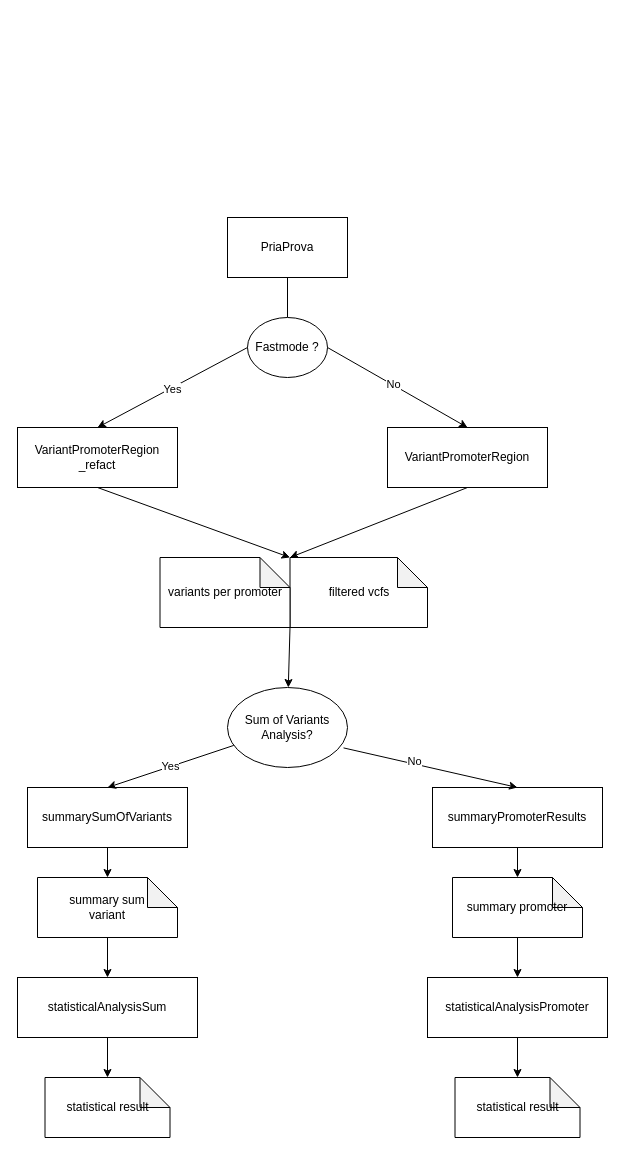
MartinKahabka/ClIntKahabka keeps this draw.io diagram as promoter/structure.drawio. Above is the earlier version. Source tidied: cells renumbered, new cells numbered last; positions are measured from the earlier drawing's top-left corner, leaving out a move shared by most shapes. Both pictures are drawn from the tidied source at 100%, with x=0, y=0 at pixel (17, 217).
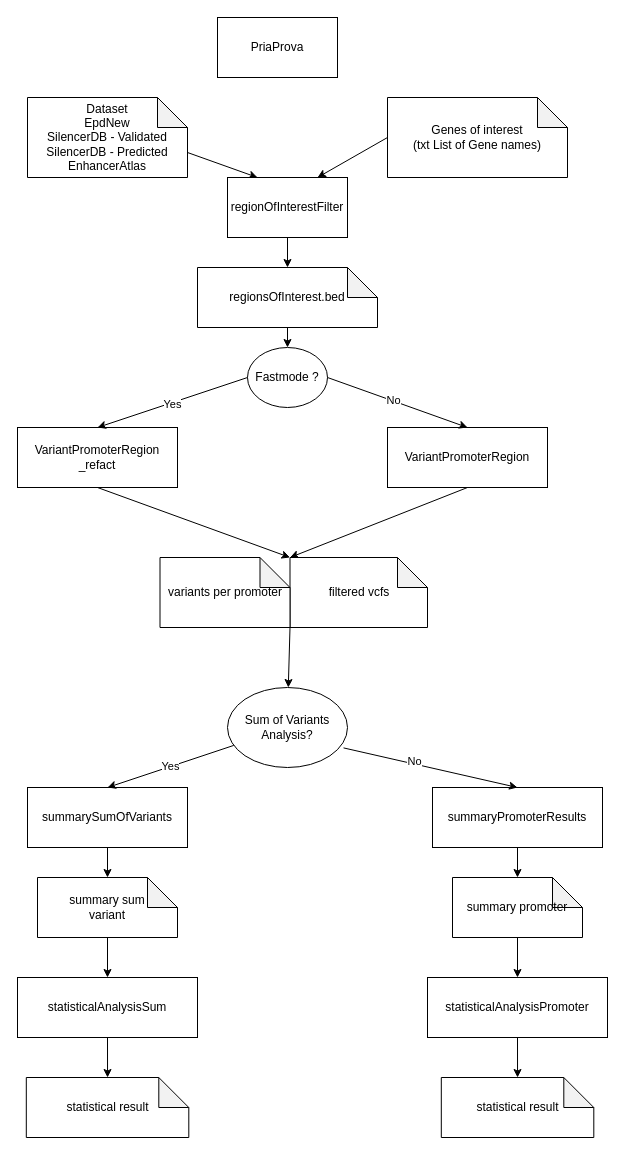
After the change.

Unchanged cells that the change refers to:
```xml
<mxCell id="9" value="VariantPromoterRegion&lt;br&gt;_refact" style="rounded=0;whiteSpace=wrap;html=1;" parent="1" vertex="1">
  <mxGeometry y="210" width="160" height="60" as="geometry" />
</mxCell>
```

The edit, as a diff of the source:
```diff
@@
     <mxCell id="10" value="PriaProva" style="rounded=0;whiteSpace=wrap;html=1;" parent="1" vertex="1">
-      <mxGeometry x="210" width="120" height="60" as="geometry" />
+      <mxGeometry x="200" y="-200" width="120" height="60" as="geometry" />
     </mxCell>
-    <mxCell id="11" style="endArrow=none;html=1;entryX=0.5;entryY=1;entryDx=0;entryDy=0;exitX=0.5;exitY=0;exitDx=0;exitDy=0;" parent="1" edge="1" source="12" target="10">
-      <mxGeometry relative="1" as="geometry" />
-    </mxCell>
     <mxCell id="12" value="Fastmode ?" style="ellipse;whiteSpace=wrap;html=1;" parent="1" vertex="1">
-      <mxGeometry x="230" y="100" width="80" height="60" as="geometry" />
+      <mxGeometry x="230" y="130" width="80" height="60" as="geometry" />
     </mxCell>
-    <mxCell id="13" style="endArrow=classic;html=1;exitX=0;exitY=0.5;exitDx=0;exitDy=0;entryX=0.5;entryY=0;entryDx=0;entryDy=0;" parent="1" edge="1" source="12" target="9">
+    <mxCell id="13" style="endArrow=classic;html=1;entryX=0.5;entryY=0;entryDx=0;entryDy=0;exitX=0;exitY=0.5;exitDx=0;exitDy=0;" parent="1" edge="1" source="12" target="9">
       <mxGeometry relative="1" as="geometry" />
     </mxCell>
@@
     <mxCell id="22" value="statistical result" style="shape=note;whiteSpace=wrap;html=1;backgroundOutline=1;darkOpacity=0.05;" parent="1" vertex="1">
-      <mxGeometry x="437.5" y="860" width="125" height="60" as="geometry" />
+      <mxGeometry x="423.8" y="860" width="152.5" height="60" as="geometry" />
     </mxCell>
@@
     <mxCell id="32" value="statistical result" style="shape=note;whiteSpace=wrap;html=1;backgroundOutline=1;darkOpacity=0.05;" parent="1" vertex="1">
-      <mxGeometry x="27.5" y="860" width="125" height="60" as="geometry" />
+      <mxGeometry x="8.8" y="860" width="162.5" height="60" as="geometry" />
     </mxCell>
@@
+    <mxCell id="34" style="edgeStyle=none;html=1;exitX=0;exitY=0;exitDx=160;exitDy=55;exitPerimeter=0;entryX=0.25;entryY=0;entryDx=0;entryDy=0;" parent="1" edge="1" source="35" target="39">
+      <mxGeometry relative="1" as="geometry" />
+    </mxCell>
+    <mxCell id="35" value="Dataset&lt;br&gt;EpdNew&lt;br&gt;SilencerDB - Validated&lt;br&gt;SilencerDB - Predicted&lt;br&gt;EnhancerAtlas" style="shape=note;whiteSpace=wrap;html=1;backgroundOutline=1;darkOpacity=0.05;" parent="1" vertex="1">
+      <mxGeometry x="10" y="-120" width="160" height="80" as="geometry" />
+    </mxCell>
+    <mxCell id="36" style="edgeStyle=none;html=1;exitX=0;exitY=0.5;exitDx=0;exitDy=0;exitPerimeter=0;entryX=0.75;entryY=0;entryDx=0;entryDy=0;" parent="1" edge="1" source="37" target="39">
+      <mxGeometry relative="1" as="geometry" />
+    </mxCell>
+    <mxCell id="37" value="Genes of interest&lt;br&gt;(txt List of Gene names)" style="shape=note;whiteSpace=wrap;html=1;backgroundOutline=1;darkOpacity=0.05;" parent="1" vertex="1">
+      <mxGeometry x="370" y="-120" width="180" height="80" as="geometry" />
+    </mxCell>
+    <mxCell id="38" style="edgeStyle=none;html=1;exitX=0.5;exitY=1;exitDx=0;exitDy=0;entryX=0.5;entryY=0;entryDx=0;entryDy=0;entryPerimeter=0;" parent="1" edge="1" source="39" target="41">
+      <mxGeometry relative="1" as="geometry" />
+    </mxCell>
+    <mxCell id="39" value="regionOfInterestFilter" style="whiteSpace=wrap;html=1;" parent="1" vertex="1">
+      <mxGeometry x="210" y="-40" width="120" height="60" as="geometry" />
+    </mxCell>
+    <mxCell id="40" style="edgeStyle=none;html=1;exitX=0.5;exitY=1;exitDx=0;exitDy=0;exitPerimeter=0;entryX=0.5;entryY=0;entryDx=0;entryDy=0;" parent="1" edge="1" source="41" target="12">
+      <mxGeometry relative="1" as="geometry" />
+    </mxCell>
+    <mxCell id="41" value="regionsOfInterest.bed" style="shape=note;whiteSpace=wrap;html=1;backgroundOutline=1;darkOpacity=0.05;" parent="1" vertex="1">
+      <mxGeometry x="180" y="50" width="180" height="60" as="geometry" />
+    </mxCell>
```
